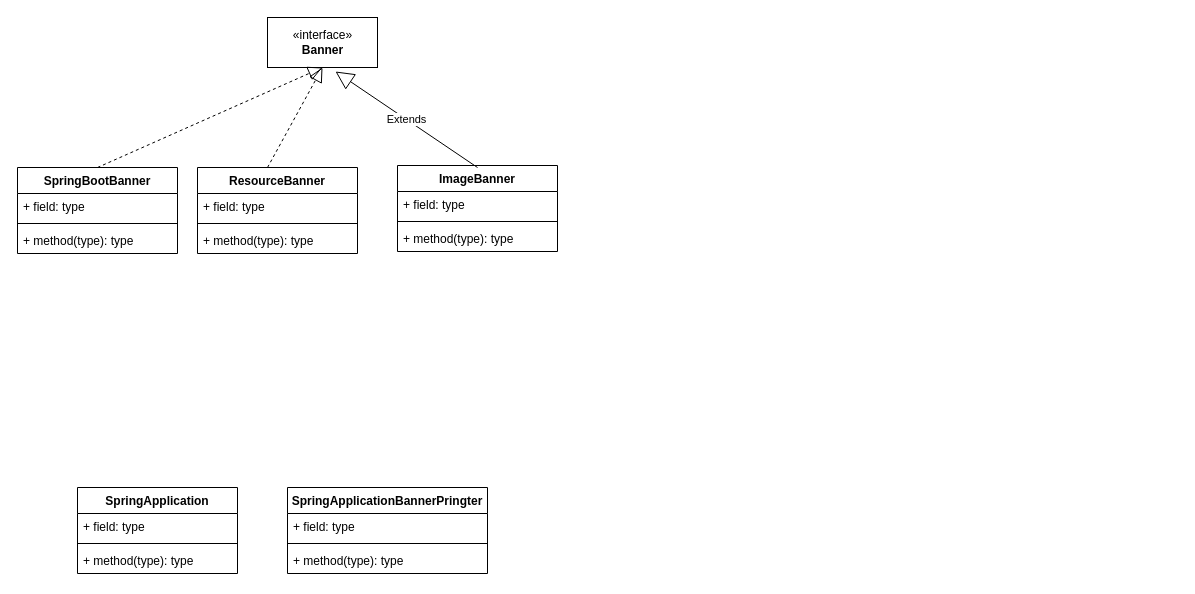
Above: page "spring-boot" (1 of 5) of spring/spring-boot.drawio in tadsimons/draw (draw.io), before the change. Source tidied: cells renumbered, new cells numbered last; positions are measured from the earlier drawing's top-left corner, leaving out a move shared by most shapes. Both pictures are drawn from the tidied source at 100%, with x=0, y=0 at pixel (17, 17).
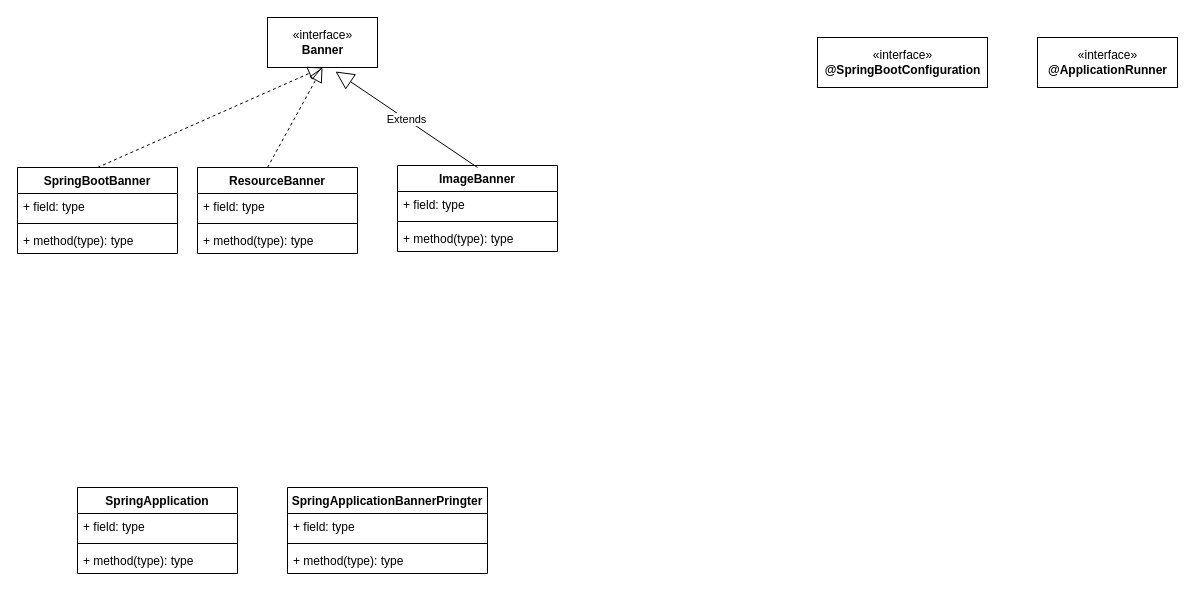
The same diagram, later.

Change to the diagram source:
```diff
@@
+    <mxCell id="26" value="«interface»&lt;br&gt;&lt;b&gt;@SpringBootConfiguration&lt;/b&gt;" style="html=1;" parent="1" vertex="1">
+      <mxGeometry x="800" y="20" width="170" height="50" as="geometry" />
+    </mxCell>
+    <mxCell id="27" value="«interface»&lt;br&gt;&lt;b&gt;@ApplicationRunner&lt;/b&gt;" style="html=1;" parent="1" vertex="1">
+      <mxGeometry x="1020" y="20" width="140" height="50" as="geometry" />
+    </mxCell>
```
